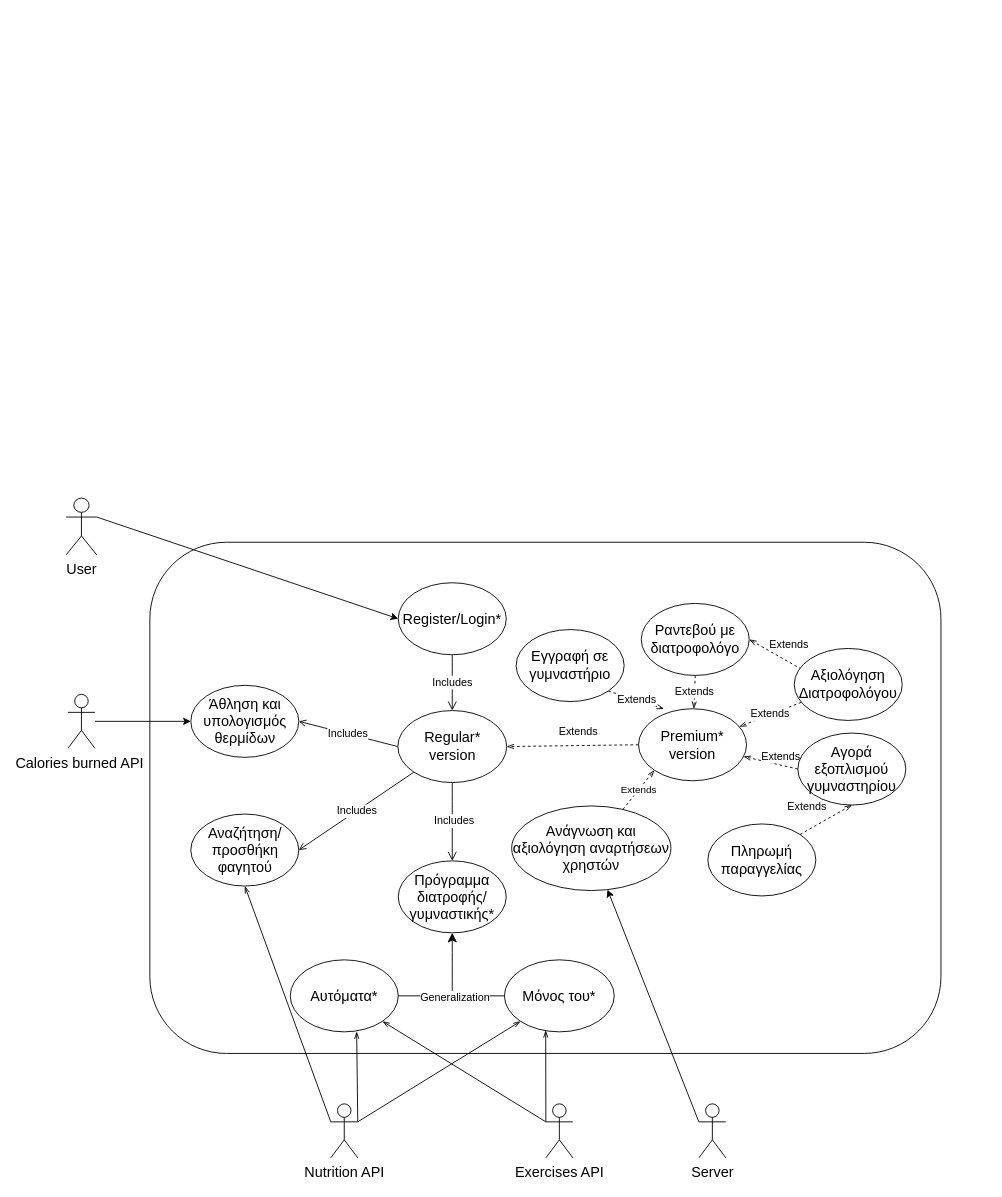
Earlier version of the draw.io diagram ΤΡΙΤΟ ΠΑΡΑΔΟΤΕΟ/Διορθώσεις προηγούμενων παραδοτέων/UseCaseDiagram_v0.2.drawio (Dionkaps/Eu-Zin). Source tidied: cells renumbered, new cells numbered last; positions are measured from the earlier drawing's top-left corner, leaving out a move shared by most shapes. Both pictures are drawn from the tidied source at 90%, with x=0, y=0 at pixel (66, 498).
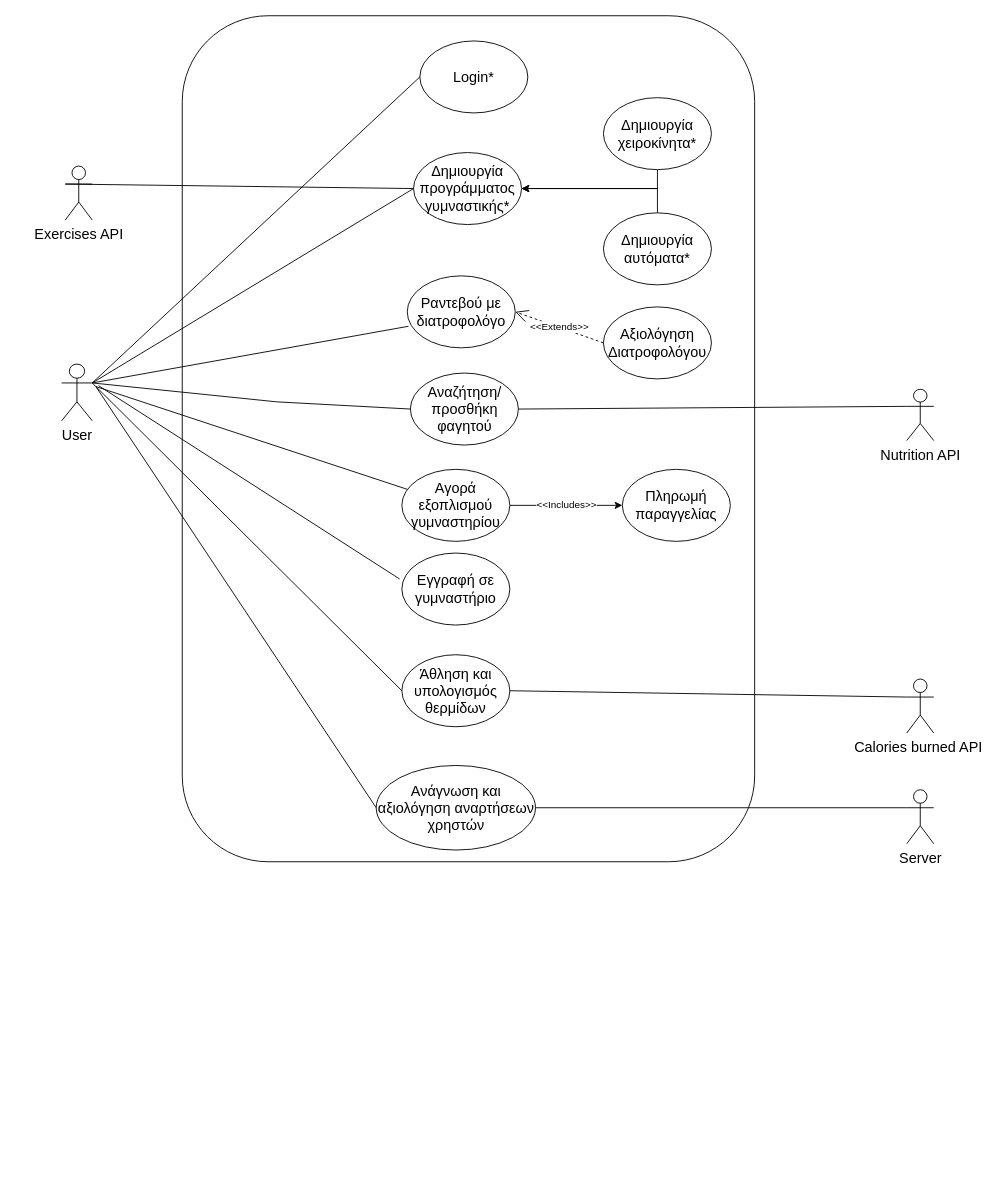
The same page after the edit.

Commit message:
Αλλαγή στo use case diagram

Change to the diagram source:
```diff
@@
-    <mxCell id="2" style="rounded=1;whiteSpace=wrap;html=1;fontSize=11;fillColor=none;" parent="1" vertex="1">
-      <mxGeometry x="93" y="49" width="879" height="568" as="geometry" />
-    </mxCell>
-    <mxCell id="3" value="Premium*&lt;br&gt;version" style="ellipse;whiteSpace=wrap;html=1;fontSize=16;" parent="1" vertex="1">
-      <mxGeometry x="636" y="234" width="120" height="80" as="geometry" />
-    </mxCell>
-    <mxCell id="4" value="Includes" style="edgeStyle=none;curved=1;rounded=0;jettySize=auto;html=1;entryX=0.5;entryY=0;entryDx=0;entryDy=0;fontSize=12;startSize=8;endSize=8;endArrow=open;endFill=0;" parent="1" edge="1" source="5" target="13">
-      <mxGeometry relative="1" as="geometry" />
-    </mxCell>
+    <mxCell id="46" style="rounded=1;whiteSpace=wrap;html=1;" parent="1" vertex="1">
+      <mxGeometry x="129" y="-536" width="636" height="940" as="geometry" />
+    </mxCell>
-    <mxCell id="5" value="Register/Login*" style="ellipse;whiteSpace=wrap;html=1;fontSize=16;" parent="1" vertex="1">
-      <mxGeometry x="369" y="94" width="120" height="80" as="geometry" />
+    <mxCell id="5" value="Login*" style="ellipse;whiteSpace=wrap;html=1;fontSize=16;" parent="1" vertex="1">
+      <mxGeometry x="393" y="-508" width="120" height="80" as="geometry" />
     </mxCell>
-    <mxCell id="6" value="&lt;span style=&quot;color: rgb(0, 0, 0); font-family: Helvetica; font-size: 12px; font-style: normal; font-variant-ligatures: normal; font-variant-caps: normal; font-weight: 400; letter-spacing: normal; orphans: 2; text-align: center; text-indent: 0px; text-transform: none; widows: 2; word-spacing: 0px; -webkit-text-stroke-width: 0px; background-color: rgb(255, 255, 255); text-decoration-thickness: initial; text-decoration-style: initial; text-decoration-color: initial; float: none; display: inline !important;&quot;&gt;Extends&lt;/span&gt;" style="edgeStyle=none;rounded=0;jettySize=auto;html=1;exitX=0.5;exitY=1;exitDx=0;exitDy=0;strokeColor=#000000;endArrow=openThin;endFill=0;dashed=1;fontSize=12;" parent="1" edge="1" source="8" target="3">
-      <mxGeometry x="-0.04" y="-1" relative="1" as="geometry">
-        <mxPoint x="1" as="offset" />
-      </mxGeometry>
-    </mxCell>
-    <mxCell id="7" value="&lt;font style=&quot;font-size: 12px;&quot;&gt;Extends&lt;/font&gt;" style="edgeStyle=none;rounded=0;jettySize=auto;html=1;exitX=0.067;exitY=0.288;exitDx=0;exitDy=0;strokeColor=#000000;fontSize=16;endArrow=openThin;endFill=0;dashed=1;exitPerimeter=0;entryX=1;entryY=0.5;entryDx=0;entryDy=0;" parent="1" edge="1" source="22" target="8">
-      <mxGeometry x="-0.2" y="-18" relative="1" as="geometry">
-        <mxPoint x="1" as="offset" />
-      </mxGeometry>
-    </mxCell>
     <mxCell id="8" value="Ραντεβού με διατροφολόγο" style="ellipse;whiteSpace=wrap;html=1;fontSize=16;" parent="1" vertex="1">
-      <mxGeometry x="639" y="117" width="120" height="80" as="geometry" />
+      <mxGeometry x="379" y="-247" width="120" height="80" as="geometry" />
     </mxCell>
-    <mxCell id="9" style="rounded=0;jettySize=auto;html=1;exitX=1;exitY=0.3333333333333333;exitDx=0;exitDy=0;exitPerimeter=0;entryX=0;entryY=0.5;entryDx=0;entryDy=0;" parent="1" edge="1" source="10" target="5">
-      <mxGeometry relative="1" as="geometry" />
-    </mxCell>
     <mxCell id="10" value="User" style="shape=umlActor;verticalLabelPosition=bottom;verticalAlign=top;html=1;outlineConnect=0;fontSize=16;" parent="1" vertex="1">
-      <mxGeometry width="34" height="63" as="geometry" />
+      <mxGeometry x="-5" y="-149" width="34" height="63" as="geometry" />
     </mxCell>
-    <mxCell id="11" value="&lt;span style=&quot;color: rgb(0, 0, 0); font-family: Helvetica; font-size: 12px; font-style: normal; font-variant-ligatures: normal; font-variant-caps: normal; font-weight: 400; letter-spacing: normal; orphans: 2; text-align: center; text-indent: 0px; text-transform: none; widows: 2; word-spacing: 0px; -webkit-text-stroke-width: 0px; background-color: rgb(255, 255, 255); text-decoration-thickness: initial; text-decoration-style: initial; text-decoration-color: initial; float: none; display: inline !important;&quot;&gt;Includes&lt;/span&gt;" style="edgeStyle=none;curved=1;rounded=0;jettySize=auto;html=1;exitX=0.5;exitY=1;exitDx=0;exitDy=0;entryX=0.5;entryY=0;entryDx=0;entryDy=0;fontSize=12;startSize=8;endSize=8;strokeColor=#000000;spacing=0;endArrow=open;endFill=0;" parent="1" edge="1" source="13" target="23">
-      <mxGeometry x="-0.01" y="2" relative="1" as="geometry" />
-    </mxCell>
-    <mxCell id="12" value="&lt;span style=&quot;color: rgb(0, 0, 0); font-family: Helvetica; font-size: 12px; font-style: normal; font-variant-ligatures: normal; font-variant-caps: normal; font-weight: 400; letter-spacing: normal; orphans: 2; text-align: center; text-indent: 0px; text-transform: none; widows: 2; word-spacing: 0px; -webkit-text-stroke-width: 0px; background-color: rgb(255, 255, 255); text-decoration-thickness: initial; text-decoration-style: initial; text-decoration-color: initial; float: none; display: inline !important;&quot;&gt;Includes&lt;/span&gt;" style="edgeStyle=none;jettySize=auto;html=1;exitX=0;exitY=0.5;exitDx=0;exitDy=0;fontSize=12;strokeColor=default;curved=1;endArrow=open;endFill=0;entryX=1;entryY=0.5;entryDx=0;entryDy=0;" parent="1" edge="1" source="13" target="16">
-      <mxGeometry relative="1" as="geometry" />
-    </mxCell>
-    <mxCell id="13" value="Regular*&lt;br&gt;version" style="ellipse;whiteSpace=wrap;html=1;fontSize=16;align=center;" parent="1" vertex="1">
-      <mxGeometry x="368.5" y="236" width="121" height="80" as="geometry" />
-    </mxCell>
-    <mxCell id="14" value="Extends" style="rounded=0;jettySize=auto;html=1;exitX=1;exitY=1;exitDx=0;exitDy=0;endArrow=openThin;endFill=0;dashed=1;entryX=0.236;entryY=0.002;entryDx=0;entryDy=0;entryPerimeter=0;fontSize=12;" parent="1" edge="1" source="15" target="3">
-      <mxGeometry relative="1" as="geometry" />
-    </mxCell>
     <mxCell id="15" value="Εγγραφή σε γυμναστήριο" style="ellipse;whiteSpace=wrap;html=1;fontSize=16;" parent="1" vertex="1">
-      <mxGeometry x="500" y="146" width="120" height="80" as="geometry" />
+      <mxGeometry x="373" y="61" width="120" height="80" as="geometry" />
     </mxCell>
     <mxCell id="16" value="&lt;p class=&quot;MsoNormal&quot;&gt;Άθληση και υπολογισμός θερμίδων&lt;/p&gt;" style="ellipse;whiteSpace=wrap;html=1;fontSize=16;" parent="1" vertex="1">
-      <mxGeometry x="138.5" y="208" width="120" height="80" as="geometry" />
+      <mxGeometry x="373" y="174" width="120" height="80" as="geometry" />
     </mxCell>
-    <mxCell id="17" value="&lt;span style=&quot;color: rgb(0, 0, 0); font-family: Helvetica; font-size: 12px; font-style: normal; font-variant-ligatures: normal; font-variant-caps: normal; font-weight: 400; letter-spacing: normal; orphans: 2; text-align: center; text-indent: 0px; text-transform: none; widows: 2; word-spacing: 0px; -webkit-text-stroke-width: 0px; background-color: rgb(255, 255, 255); text-decoration-thickness: initial; text-decoration-style: initial; text-decoration-color: initial; float: none; display: inline !important;&quot;&gt;Extends&lt;/span&gt;" style="rounded=0;jettySize=auto;html=1;exitX=0;exitY=0.5;exitDx=0;exitDy=0;endArrow=openThin;endFill=0;dashed=1;fontSize=12;" parent="1" edge="1" source="19" target="3">
-      <mxGeometry x="-0.3" y="-9" relative="1" as="geometry" />
-    </mxCell>
-    <mxCell id="18" value="&lt;font style=&quot;font-size: 12px;&quot;&gt;Extends&lt;/font&gt;" style="edgeStyle=none;rounded=0;jettySize=auto;html=1;strokeColor=#000000;fontSize=16;endArrow=openThin;endFill=0;dashed=1;exitX=1;exitY=0;exitDx=0;exitDy=0;entryX=0.5;entryY=1;entryDx=0;entryDy=0;" parent="1" edge="1" source="39" target="19">
-      <mxGeometry x="-0.3" y="25" relative="1" as="geometry" />
-    </mxCell>
+    <mxCell id="47" value="&amp;lt;&amp;lt;Includes&amp;gt;&amp;gt;" style="rounded=0;jettySize=auto;html=1;" parent="1" edge="1" source="19" target="39">
+      <mxGeometry relative="1" as="geometry" />
+    </mxCell>
     <mxCell id="19" value="Αγορά εξοπλισμού γυμναστηρίου" style="ellipse;whiteSpace=wrap;html=1;fontSize=16;" parent="1" vertex="1">
-      <mxGeometry x="813" y="261" width="120" height="80" as="geometry" />
+      <mxGeometry x="373" y="-32" width="120" height="80" as="geometry" />
     </mxCell>
     <mxCell id="20" value="Αναζήτηση/ προσθήκη φαγητού" style="ellipse;whiteSpace=wrap;html=1;fontSize=16;" parent="1" vertex="1">
-      <mxGeometry x="138.5" y="351" width="120" height="80" as="geometry" />
+      <mxGeometry x="382.5" y="-139" width="120" height="80" as="geometry" />
     </mxCell>
-    <mxCell id="21" value="Extends" style="edgeStyle=none;rounded=0;jumpSize=0;jettySize=auto;html=1;dashed=1;strokeColor=#000000;fontSize=12;endArrow=openThin;endFill=0;" parent="1" edge="1" source="22" target="3">
-      <mxGeometry relative="1" as="geometry" />
-    </mxCell>
     <mxCell id="22" value="&lt;p class=&quot;MsoNormal&quot;&gt;&lt;span style=&quot;mso-ignore:vglayout;position:relative;z-index:-1895819776&quot;&gt;&lt;/span&gt;&lt;span style=&quot;font-size:&lt;br/&gt;14.0pt;mso-bidi-font-size:10.0pt;font-family:&amp;quot;Arial&amp;quot;,sans-serif;mso-fareast-font-family:&lt;br/&gt;Arial&quot;&gt;Αξιολόγηση Διατροφολόγου&lt;/span&gt;&lt;/p&gt;" style="ellipse;whiteSpace=wrap;html=1;fontSize=16;" parent="1" vertex="1">
-      <mxGeometry x="809" y="167" width="120" height="80" as="geometry" />
+      <mxGeometry x="597" y="-212.5" width="120" height="80" as="geometry" />
     </mxCell>
-    <mxCell id="23" value="Πρόγραμμα διατροφής/γυμναστικής*" style="ellipse;whiteSpace=wrap;html=1;fontSize=16;" parent="1" vertex="1">
-      <mxGeometry x="369" y="403" width="120" height="80" as="geometry" />
+    <mxCell id="23" value="Δημιουργία προγράμματος γυμναστικής*" style="ellipse;whiteSpace=wrap;html=1;fontSize=16;" parent="1" vertex="1">
+      <mxGeometry x="386" y="-384" width="120" height="80" as="geometry" />
     </mxCell>
-    <mxCell id="24" value="Μόνος του*" style="ellipse;whiteSpace=wrap;html=1;fontSize=16;" parent="1" vertex="1">
-      <mxGeometry x="487" y="513" width="122" height="80" as="geometry" />
-    </mxCell>
-    <mxCell id="25" value="Αυτόματα*" style="ellipse;whiteSpace=wrap;html=1;fontSize=16;" parent="1" vertex="1">
-      <mxGeometry x="249" y="513" width="120" height="80" as="geometry" />
-    </mxCell>
-    <mxCell id="26" style="endArrow=classic;html=1;rounded=0;fontSize=12;startSize=8;endSize=8;curved=1;entryX=0.5;entryY=1;entryDx=0;entryDy=0;" parent="1" edge="1" target="23">
-      <mxGeometry relative="1" as="geometry">
-        <mxPoint x="429" y="551" as="sourcePoint" />
-      </mxGeometry>
-    </mxCell>
-    <mxCell id="27" value="Generalization" style="endArrow=none;html=1;rounded=0;fontSize=12;startSize=8;endSize=8;curved=1;entryX=1;entryY=0.5;entryDx=0;entryDy=0;exitX=0;exitY=0.5;exitDx=0;exitDy=0;" parent="1" edge="1" source="24" target="25">
-      <mxGeometry x="-0.07" y="2" relative="1" as="geometry">
-        <Array as="points">
-          <mxPoint x="424" y="553" />
-        </Array>
-      </mxGeometry>
-    </mxCell>
@@
     <mxCell id="29" value="&lt;p class=&quot;MsoNormal&quot;&gt;Ανάγνωση και αξιολόγηση αναρτήσεων χρηστών&lt;/p&gt;" style="ellipse;whiteSpace=wrap;html=1;fontSize=16;" parent="1" vertex="1">
-      <mxGeometry x="495" y="342" width="177" height="94" as="geometry" />
+      <mxGeometry x="344.5" y="297" width="177" height="94" as="geometry" />
     </mxCell>
-    <mxCell id="30" style="endArrow=openThin;dashed=1;endFill=0;endSize=6;html=1;rounded=0;entryX=1;entryY=0.5;entryDx=0;entryDy=0;exitX=0;exitY=0.5;exitDx=0;exitDy=0;" parent="1" edge="1" source="3" target="13">
-      <mxGeometry relative="1" as="geometry" />
-    </mxCell>
-    <mxCell id="31" value="Extends" style="text;html=1;align=center;verticalAlign=middle;strokeColor=none;fillColor=none;" parent="1" vertex="1">
-      <mxGeometry x="538" y="247" width="61" height="26" as="geometry" />
-    </mxCell>
-    <mxCell id="32" value="Includes" style="endArrow=open;endFill=1;endSize=6;html=1;rounded=0;exitX=0;exitY=1;exitDx=0;exitDy=0;entryX=1;entryY=0.5;entryDx=0;entryDy=0;fontSize=12;" parent="1" edge="1" source="13" target="20">
-      <mxGeometry relative="1" as="geometry" />
-    </mxCell>
-    <mxCell id="33" style="edgeStyle=none;rounded=0;jumpSize=0;jettySize=auto;html=1;exitX=1;exitY=0.333;exitDx=0;exitDy=0;exitPerimeter=0;entryX=0;entryY=1;entryDx=0;entryDy=0;strokeColor=#000000;fontSize=11;endArrow=openThin;endFill=0;endSize=6;" parent="1" edge="1" source="36" target="24">
-      <mxGeometry relative="1" as="geometry" />
-    </mxCell>
-    <mxCell id="34" style="edgeStyle=none;rounded=0;jumpSize=0;jettySize=auto;html=1;exitX=1;exitY=0.3333333333333333;exitDx=0;exitDy=0;exitPerimeter=0;entryX=0.615;entryY=0.996;entryDx=0;entryDy=0;entryPerimeter=0;strokeColor=#000000;fontSize=11;endArrow=openThin;endFill=0;endSize=6;" parent="1" edge="1" source="36" target="25">
-      <mxGeometry relative="1" as="geometry" />
-    </mxCell>
-    <mxCell id="35" style="rounded=0;jettySize=auto;html=1;exitX=0;exitY=0.3333333333333333;exitDx=0;exitDy=0;exitPerimeter=0;entryX=0.5;entryY=1;entryDx=0;entryDy=0;endArrow=openThin;endFill=0;" parent="1" edge="1" source="36" target="20">
-      <mxGeometry relative="1" as="geometry" />
-    </mxCell>
     <mxCell id="36" value="&lt;font style=&quot;font-size: 16px;&quot;&gt;Nutrition API&lt;/font&gt;" style="shape=umlActor;verticalLabelPosition=bottom;verticalAlign=top;html=1;outlineConnect=0;fontSize=14;" parent="1" vertex="1">
-      <mxGeometry x="294" y="673" width="30" height="60" as="geometry" />
+      <mxGeometry x="934" y="-121" width="30" height="57" as="geometry" />
     </mxCell>
-    <mxCell id="37" style="edgeStyle=orthogonalEdgeStyle;rounded=0;jettySize=auto;html=1;endArrow=classic;endFill=1;" parent="1" edge="1" source="38" target="16">
-      <mxGeometry relative="1" as="geometry" />
-    </mxCell>
     <mxCell id="38" value="&lt;font style=&quot;font-size: 16px;&quot;&gt;Calories burned API&amp;nbsp;&lt;/font&gt;" style="shape=umlActor;verticalLabelPosition=bottom;verticalAlign=top;html=1;outlineConnect=0;" parent="1" vertex="1">
-      <mxGeometry x="2" y="218" width="30" height="60" as="geometry" />
+      <mxGeometry x="934" y="201" width="30" height="60" as="geometry" />
     </mxCell>
     <mxCell id="39" value="&lt;span style=&quot;font-size: 16px; text-align: justify; background-color: initial;&quot;&gt;Πληρωμή&lt;br&gt;&lt;/span&gt;&lt;span style=&quot;font-size: 16px; text-align: justify; background-color: initial;&quot;&gt;παραγγελίας&lt;/span&gt;&lt;span style=&quot;font-size: 16px; text-align: justify; background-color: initial;&quot;&gt;&lt;br&gt;&lt;/span&gt;" style="ellipse;whiteSpace=wrap;html=1;" parent="1" vertex="1">
-      <mxGeometry x="713" y="362" width="120" height="80" as="geometry" />
+      <mxGeometry x="618" y="-32" width="120" height="80" as="geometry" />
     </mxCell>
-    <mxCell id="40" style="edgeStyle=none;rounded=0;jumpSize=0;jettySize=auto;html=1;exitX=0;exitY=0.3333333333333333;exitDx=0;exitDy=0;exitPerimeter=0;entryX=0.376;entryY=0.979;entryDx=0;entryDy=0;entryPerimeter=0;strokeColor=#000000;fontSize=11;endArrow=openThin;endFill=0;endSize=6;" parent="1" edge="1" source="42" target="24">
-      <mxGeometry relative="1" as="geometry" />
-    </mxCell>
-    <mxCell id="41" style="edgeStyle=none;rounded=0;jumpSize=0;jettySize=auto;html=1;exitX=0;exitY=0.3333333333333333;exitDx=0;exitDy=0;exitPerimeter=0;entryX=1;entryY=1;entryDx=0;entryDy=0;strokeColor=#000000;fontSize=11;endArrow=openThin;endFill=0;endSize=6;" parent="1" edge="1" source="42" target="25">
-      <mxGeometry relative="1" as="geometry" />
-    </mxCell>
     <mxCell id="42" value="&lt;font style=&quot;font-size: 16px;&quot;&gt;Exercises API&lt;/font&gt;" style="shape=umlActor;verticalLabelPosition=bottom;verticalAlign=top;html=1;outlineConnect=0;fontSize=11;" parent="1" vertex="1">
-      <mxGeometry x="533" y="673" width="30" height="60" as="geometry" />
+      <mxGeometry x="-1" y="-369" width="30" height="60" as="geometry" />
     </mxCell>
+    <mxCell id="44" value="&lt;font style=&quot;font-size: 16px;&quot;&gt;Server&lt;/font&gt;" style="shape=umlActor;verticalLabelPosition=bottom;verticalAlign=top;html=1;outlineConnect=0;fontSize=12;" parent="1" vertex="1">
+      <mxGeometry x="934" y="324" width="30" height="60" as="geometry" />
+    </mxCell>
+    <mxCell id="9" style="endArrow=none;html=1;rounded=0;entryX=0;entryY=0.5;entryDx=0;entryDy=0;exitX=1;exitY=0.3333333333333333;exitDx=0;exitDy=0;exitPerimeter=0;" parent="1" edge="1" source="10" target="5">
+      <mxGeometry relative="1" as="geometry" />
+    </mxCell>
+    <mxCell id="48" style="endArrow=none;html=1;rounded=0;exitX=0;exitY=0.5;exitDx=0;exitDy=0;entryX=1;entryY=0.3333333333333333;entryDx=0;entryDy=0;entryPerimeter=0;" parent="1" edge="1" source="20" target="10">
+      <mxGeometry relative="1" as="geometry">
+        <Array as="points">
+          <mxPoint x="234" y="-107" />
+        </Array>
+      </mxGeometry>
+    </mxCell>
+    <mxCell id="35" style="endArrow=none;html=1;rounded=0;entryX=1;entryY=0.5;entryDx=0;entryDy=0;exitX=0;exitY=0.3333333333333333;exitDx=0;exitDy=0;exitPerimeter=0;" parent="1" edge="1" source="36" target="20">
+      <mxGeometry relative="1" as="geometry" />
+    </mxCell>
+    <mxCell id="49" style="endArrow=none;html=1;rounded=0;entryX=0.012;entryY=0.7;entryDx=0;entryDy=0;entryPerimeter=0;exitX=1;exitY=0.3333333333333333;exitDx=0;exitDy=0;exitPerimeter=0;" parent="1" edge="1" source="10" target="8">
+      <mxGeometry relative="1" as="geometry" />
+    </mxCell>
+    <mxCell id="7" value="&amp;lt;&amp;lt;Extends&amp;gt;&amp;gt;" style="endArrow=open;endSize=12;dashed=1;html=1;rounded=0;entryX=1;entryY=0.5;entryDx=0;entryDy=0;exitX=0;exitY=0.5;exitDx=0;exitDy=0;" parent="1" edge="1" source="22" target="8">
+      <mxGeometry relative="1" as="geometry" />
+    </mxCell>
+    <mxCell id="50" style="endArrow=none;html=1;rounded=0;" parent="1" edge="1" source="19">
+      <mxGeometry relative="1" as="geometry">
+        <mxPoint x="33" y="-124" as="targetPoint" />
+      </mxGeometry>
+    </mxCell>
+    <mxCell id="51" style="endArrow=none;html=1;rounded=0;exitX=-0.02;exitY=0.361;exitDx=0;exitDy=0;exitPerimeter=0;" parent="1" edge="1" source="15">
+      <mxGeometry relative="1" as="geometry">
+        <mxPoint x="36" y="-125" as="targetPoint" />
+      </mxGeometry>
+    </mxCell>
+    <mxCell id="52" style="endArrow=none;html=1;rounded=0;exitX=0;exitY=0.5;exitDx=0;exitDy=0;entryX=1;entryY=0.3333333333333333;entryDx=0;entryDy=0;entryPerimeter=0;" parent="1" edge="1" source="16" target="10">
+      <mxGeometry relative="1" as="geometry" />
+    </mxCell>
+    <mxCell id="37" style="endArrow=none;html=1;rounded=0;exitX=0;exitY=0.3333333333333333;exitDx=0;exitDy=0;exitPerimeter=0;entryX=1;entryY=0.5;entryDx=0;entryDy=0;" parent="1" edge="1" source="38" target="16">
+      <mxGeometry relative="1" as="geometry" />
+    </mxCell>
-    <mxCell id="43" style="rounded=0;jettySize=auto;html=1;exitX=0;exitY=0.3333333333333333;exitDx=0;exitDy=0;exitPerimeter=0;endArrow=classic;endFill=1;" parent="1" edge="1" source="44" target="29">
+    <mxCell id="43" style="endArrow=none;html=1;rounded=0;exitX=0;exitY=0.3333333333333333;exitDx=0;exitDy=0;exitPerimeter=0;entryX=1;entryY=0.5;entryDx=0;entryDy=0;" parent="1" edge="1" source="44" target="29">
       <mxGeometry relative="1" as="geometry" />
     </mxCell>
-    <mxCell id="44" value="&lt;font style=&quot;font-size: 16px;&quot;&gt;Server&lt;/font&gt;" style="shape=umlActor;verticalLabelPosition=bottom;verticalAlign=top;html=1;outlineConnect=0;fontSize=12;" parent="1" vertex="1">
-      <mxGeometry x="703" y="673" width="30" height="60" as="geometry" />
-    </mxCell>
-    <mxCell id="45" value="Extends" style="endArrow=openThin;html=1;rounded=0;entryX=0;entryY=1;entryDx=0;entryDy=0;dashed=1;endFill=0;" parent="1" edge="1" source="29" target="3">
-      <mxGeometry relative="1" as="geometry" />
-    </mxCell>
+    <mxCell id="53" style="endArrow=none;html=1;rounded=0;entryX=0;entryY=0.5;entryDx=0;entryDy=0;" parent="1" edge="1" target="29">
+      <mxGeometry relative="1" as="geometry">
+        <mxPoint x="33" y="-124" as="sourcePoint" />
+      </mxGeometry>
+    </mxCell>
+    <mxCell id="54" style="edgeStyle=orthogonalEdgeStyle;rounded=0;orthogonalLoop=1;jettySize=auto;html=1;exitX=0.5;exitY=1;exitDx=0;exitDy=0;" parent="1" edge="1" source="20" target="20">
+      <mxGeometry relative="1" as="geometry" />
+    </mxCell>
+    <mxCell id="55" style="endArrow=none;html=1;rounded=0;entryX=0;entryY=0.5;entryDx=0;entryDy=0;exitX=1;exitY=0.3333333333333333;exitDx=0;exitDy=0;exitPerimeter=0;" parent="1" edge="1" source="10" target="23">
+      <mxGeometry relative="1" as="geometry" />
+    </mxCell>
+    <mxCell id="56" style="edgeStyle=orthogonalEdgeStyle;rounded=0;jettySize=auto;html=1;exitX=0.5;exitY=1;exitDx=0;exitDy=0;entryX=1;entryY=0.5;entryDx=0;entryDy=0;" parent="1" edge="1" source="57" target="23">
+      <mxGeometry relative="1" as="geometry" />
+    </mxCell>
+    <mxCell id="57" value="Δημιουργία χειροκίνητα*" style="ellipse;whiteSpace=wrap;html=1;fontSize=16;" parent="1" vertex="1">
+      <mxGeometry x="597" y="-445" width="120" height="80" as="geometry" />
+    </mxCell>
+    <mxCell id="58" style="edgeStyle=orthogonalEdgeStyle;rounded=0;jettySize=auto;html=1;exitX=0.5;exitY=0;exitDx=0;exitDy=0;entryX=1;entryY=0.5;entryDx=0;entryDy=0;" parent="1" edge="1" source="59" target="23">
+      <mxGeometry relative="1" as="geometry" />
+    </mxCell>
+    <mxCell id="59" value="Δημιουργία αυτόματα*" style="ellipse;whiteSpace=wrap;html=1;fontSize=16;" parent="1" vertex="1">
+      <mxGeometry x="597" y="-317" width="120" height="80" as="geometry" />
+    </mxCell>
+    <mxCell id="60" style="endArrow=none;html=1;rounded=0;entryX=0;entryY=0.3333333333333333;entryDx=0;entryDy=0;entryPerimeter=0;exitX=0;exitY=0.5;exitDx=0;exitDy=0;" parent="1" edge="1" source="23" target="42">
+      <mxGeometry relative="1" as="geometry" />
+    </mxCell>
```
